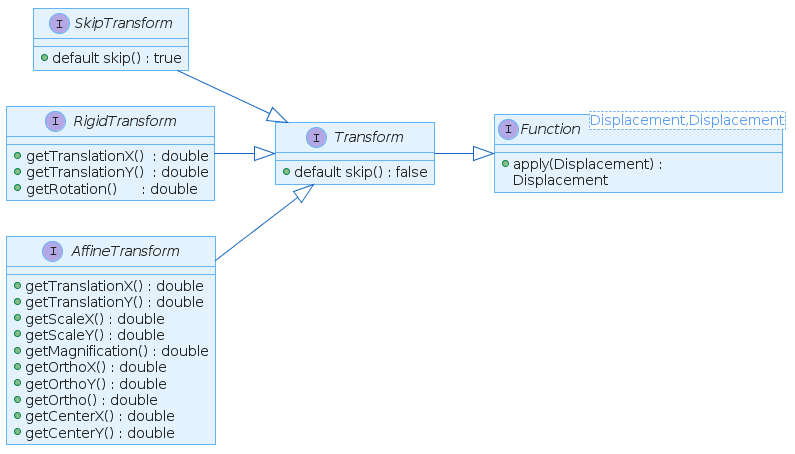
Above: docs/interfaces.png in Oliver-Loeffler/image-registration (PlantUML), before the change.
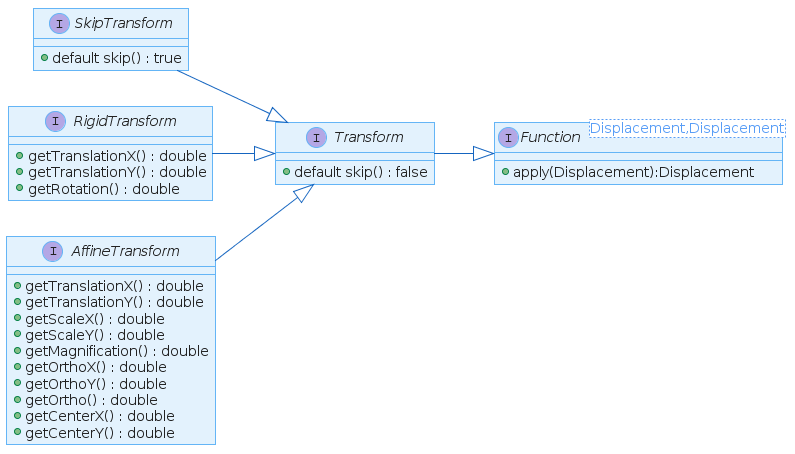
The same diagram one commit later.

Change to the diagram source:
```diff
@@ -34,8 +34,8 @@
 
 
 
-skinparam wrapWidth 200
-skinparam maxMessageSize 150
+skinparam wrapWidth 500
+skinparam maxMessageSize 450
 skinparam ComponentStyle uml2
 skinparam Shadowing false
 
@@ -285,7 +285,7 @@
 left to right direction
 
 interface Function<Displacement,Displacement> {
- +apply(Displacement) : Displacement
+ +apply(Displacement):Displacement
 }
 
 interface Transform {
@@ -297,9 +297,9 @@
 }
 
 interface RigidTransform {
- +getTranslationX()  : double
- +getTranslationY()  : double
- +getRotation()      : double
+ +getTranslationX() : double
+ +getTranslationY() : double
+ +getRotation() : double
 }
 
 interface AffineTransform {
```
